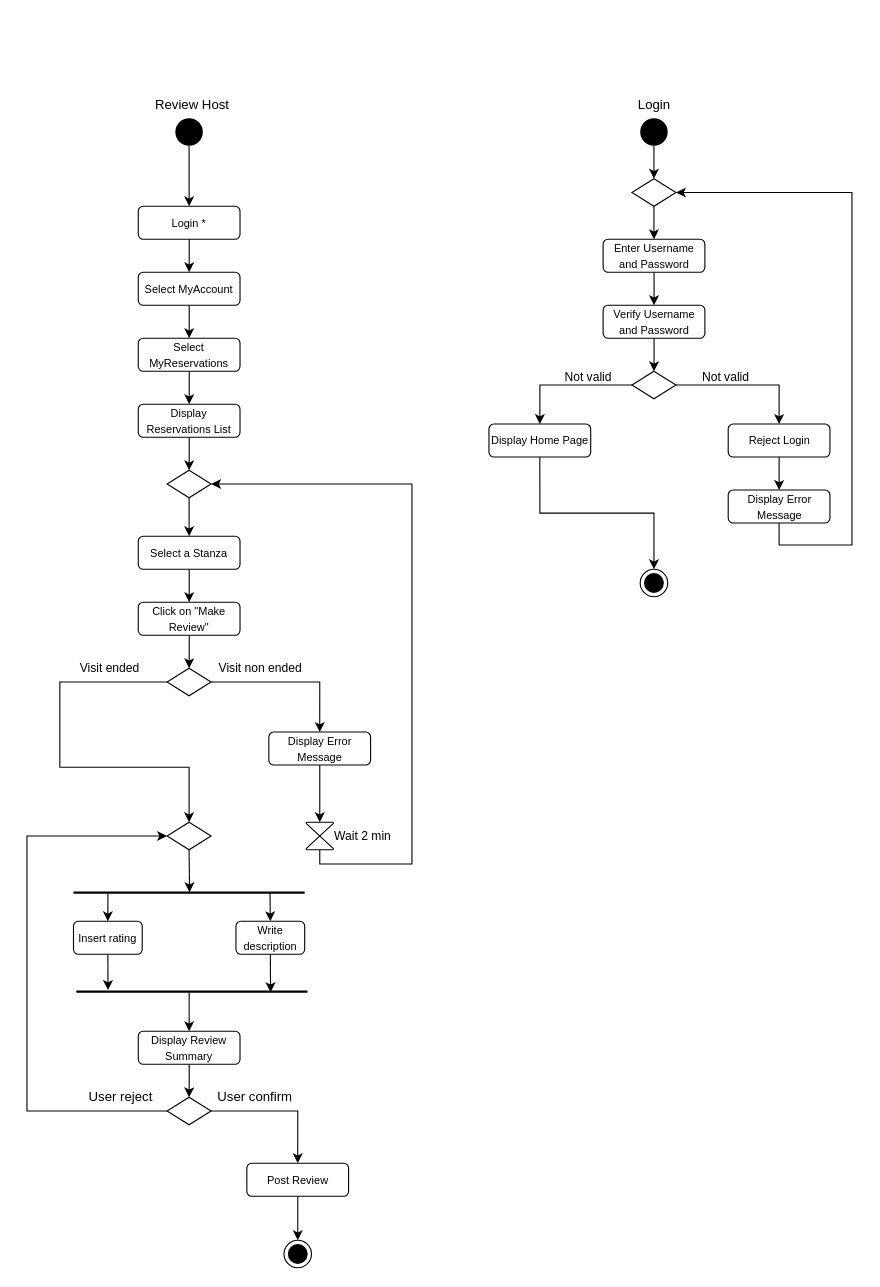
Before: Deliverables/Activity Diagram/Activity Diagram Agostinelli.drawio in nic-agos/DoveStudi, a draw.io diagram. Source tidied: cells renumbered, new cells numbered last; positions are measured from the earlier drawing's top-left corner, leaving out a move shared by most shapes. Both pictures are drawn from the tidied source at 110%, with x=0, y=0 at pixel (26, 94).
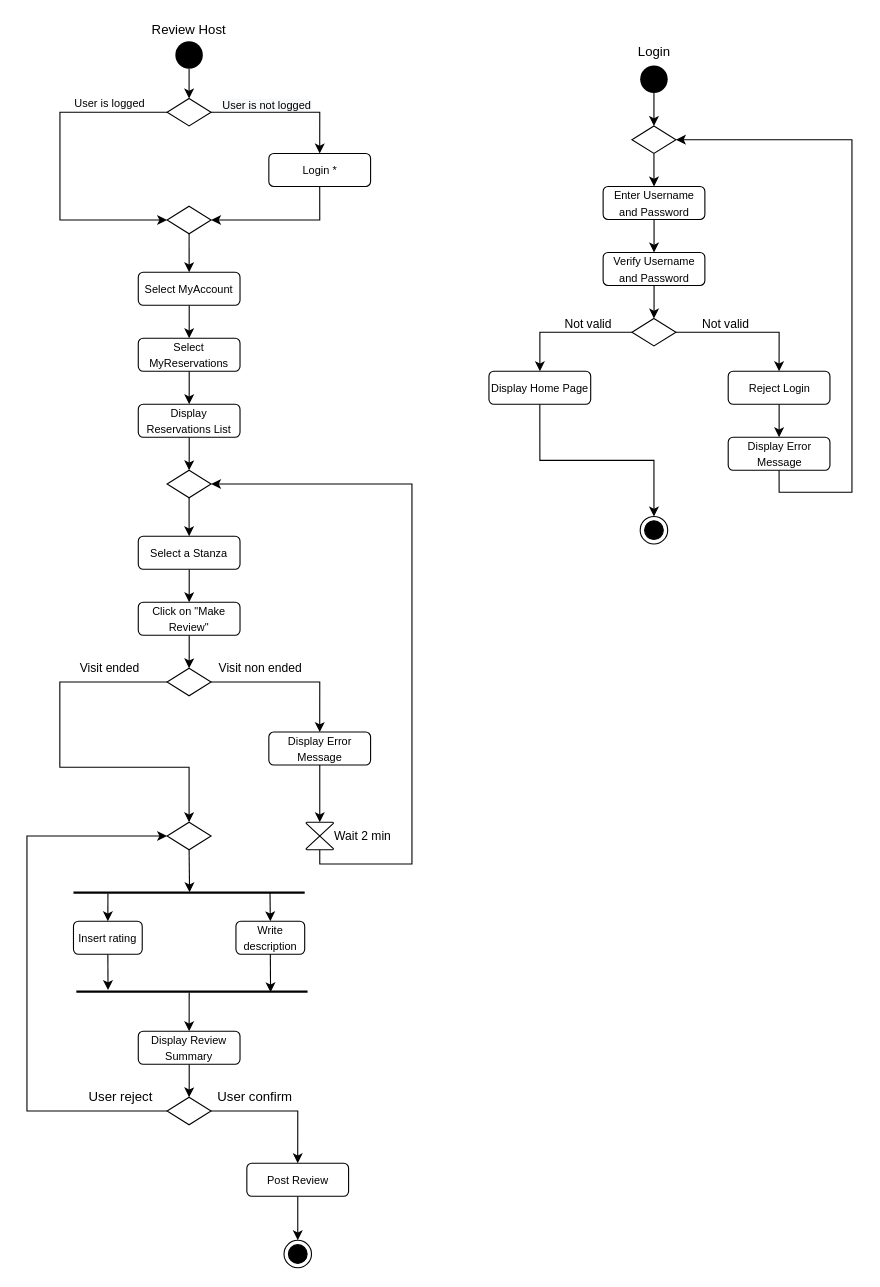
After the change.

Commit message:
Added logged/not logged merge

The change refers to these unchanged cells:
```xml
<mxCell id="10" value="&lt;span style=&quot;font-size: 10px&quot;&gt;Select MyAccount&lt;/span&gt;" style="rounded=1;whiteSpace=wrap;html=1;strokeWidth=1;" parent="1" vertex="1">
  <mxGeometry x="101.2" y="162" width="92.5" height="30" as="geometry" />
</mxCell>
```

What changed in the source:
```diff
@@
-    <mxCell id="2" style="edgeStyle=orthogonalEdgeStyle;rounded=0;jettySize=auto;html=1;entryX=0.5;entryY=0;entryDx=0;entryDy=0;" parent="1" edge="1" source="3" target="10">
-      <mxGeometry relative="1" as="geometry" />
-    </mxCell>
-    <mxCell id="3" value="&lt;font style=&quot;font-size: 10px&quot;&gt;Login *&lt;/font&gt;" style="rounded=1;whiteSpace=wrap;html=1;strokeWidth=1;" parent="1" vertex="1">
-      <mxGeometry x="101.2" y="102" width="92.5" height="30" as="geometry" />
-    </mxCell>
-    <mxCell id="4" style="edgeStyle=orthogonalEdgeStyle;rounded=0;jettySize=auto;html=1;exitX=0.5;exitY=1;exitDx=0;exitDy=0;entryX=0.5;entryY=0;entryDx=0;entryDy=0;" parent="1" edge="1" source="5" target="3">
-      <mxGeometry relative="1" as="geometry" />
-    </mxCell>
+    <mxCell id="71" style="edgeStyle=orthogonalEdgeStyle;rounded=0;jettySize=auto;html=1;exitX=0.5;exitY=1;exitDx=0;exitDy=0;entryX=0.5;entryY=0;entryDx=0;entryDy=0;entryPerimeter=0;" parent="1" edge="1" source="5" target="74">
+      <mxGeometry relative="1" as="geometry" />
+    </mxCell>
     <mxCell id="5" style="ellipse;fillColor=#000000;strokeColor=none;" parent="1" vertex="1">
-      <mxGeometry x="134.9" y="22" width="25" height="25" as="geometry" />
+      <mxGeometry x="134.9" y="-48" width="25" height="25" as="geometry" />
     </mxCell>
@@
     <mxCell id="50" style="ellipse;fillColor=#000000;strokeColor=none;" parent="1" vertex="1">
-      <mxGeometry x="557.5" y="22" width="25" height="25" as="geometry" />
+      <mxGeometry x="557.5" y="-26" width="25" height="25" as="geometry" />
     </mxCell>
@@
     <mxCell id="52" style="strokeWidth=1;html=1;shape=mxgraph.flowchart.decision;whiteSpace=wrap;fillColor=#ffffff;" parent="1" vertex="1">
-      <mxGeometry x="550" y="77" width="40" height="25" as="geometry" />
+      <mxGeometry x="550" y="29" width="40" height="25" as="geometry" />
     </mxCell>
@@
     <mxCell id="54" value="&lt;span style=&quot;font-size: 10px&quot;&gt;Enter Username and Password&lt;/span&gt;" style="rounded=1;whiteSpace=wrap;html=1;strokeWidth=1;" parent="1" vertex="1">
-      <mxGeometry x="523.8" y="132" width="92.5" height="30" as="geometry" />
+      <mxGeometry x="523.8" y="84" width="92.5" height="30" as="geometry" />
     </mxCell>
     <mxCell id="55" value="Review Host" style="text;html=1;align=center;verticalAlign=middle;" parent="1" vertex="1">
-      <mxGeometry x="110" width="80" height="20" as="geometry" />
+      <mxGeometry x="107.4" y="-68" width="80" height="20" as="geometry" />
     </mxCell>
     <mxCell id="56" value="Login" style="text;html=1;align=center;verticalAlign=middle;" parent="1" vertex="1">
-      <mxGeometry x="550" width="40" height="20" as="geometry" />
+      <mxGeometry x="550" y="-48" width="40" height="20" as="geometry" />
     </mxCell>
@@
     <mxCell id="58" value="&lt;span style=&quot;font-size: 10px&quot;&gt;Verify Username and Password&lt;/span&gt;" style="rounded=1;whiteSpace=wrap;html=1;strokeWidth=1;" parent="1" vertex="1">
-      <mxGeometry x="523.8" y="192" width="92.5" height="30" as="geometry" />
+      <mxGeometry x="523.8" y="144" width="92.5" height="30" as="geometry" />
     </mxCell>
@@
     <mxCell id="61" style="strokeWidth=1;html=1;shape=mxgraph.flowchart.decision;whiteSpace=wrap;fillColor=#ffffff;" parent="1" vertex="1">
-      <mxGeometry x="550" y="252" width="40" height="25" as="geometry" />
+      <mxGeometry x="550" y="204" width="40" height="25" as="geometry" />
     </mxCell>
@@
     <mxCell id="63" value="&lt;span style=&quot;font-size: 10px&quot;&gt;Reject Login&lt;/span&gt;" style="rounded=1;whiteSpace=wrap;html=1;strokeWidth=1;" parent="1" vertex="1">
-      <mxGeometry x="637.5" y="300" width="92.5" height="30" as="geometry" />
+      <mxGeometry x="637.5" y="252" width="92.5" height="30" as="geometry" />
     </mxCell>
@@
     <mxCell id="65" value="&lt;span style=&quot;font-size: 10px&quot;&gt;Display Home Page&lt;/span&gt;" style="rounded=1;whiteSpace=wrap;html=1;strokeWidth=1;" parent="1" vertex="1">
-      <mxGeometry x="420" y="300" width="92.5" height="30" as="geometry" />
+      <mxGeometry x="420" y="252" width="92.5" height="30" as="geometry" />
     </mxCell>
     <mxCell id="66" style="edgeStyle=orthogonalEdgeStyle;rounded=0;jettySize=auto;html=1;exitX=0.5;exitY=1;exitDx=0;exitDy=0;entryX=1;entryY=0.5;entryDx=0;entryDy=0;entryPerimeter=0;" parent="1" edge="1" source="67" target="52">
       <mxGeometry relative="1" as="geometry">
         <Array as="points">
-          <mxPoint x="684" y="410" />
-          <mxPoint x="750" y="410" />
-          <mxPoint x="750" y="90" />
+          <mxPoint x="684" y="362" />
+          <mxPoint x="750" y="362" />
+          <mxPoint x="750" y="42" />
         </Array>
       </mxGeometry>
     </mxCell>
     <mxCell id="67" value="&lt;span style=&quot;font-size: 10px&quot;&gt;Display Error Message&lt;/span&gt;" style="rounded=1;whiteSpace=wrap;html=1;strokeWidth=1;" parent="1" vertex="1">
-      <mxGeometry x="637.5" y="360" width="92.5" height="30" as="geometry" />
+      <mxGeometry x="637.5" y="312" width="92.5" height="30" as="geometry" />
     </mxCell>
     <mxCell id="68" style="ellipse;html=1;shape=endState;fillColor=#000000;strokeColor=#000000;" parent="1" vertex="1">
-      <mxGeometry x="557.5" y="432" width="25" height="25" as="geometry" />
+      <mxGeometry x="557.5" y="384" width="25" height="25" as="geometry" />
     </mxCell>
     <mxCell id="69" value="&lt;font style=&quot;font-size: 11px&quot;&gt;Not valid&lt;/font&gt;" style="text;html=1;align=center;verticalAlign=middle;" parent="1" vertex="1">
-      <mxGeometry x="605" y="247" width="60" height="20" as="geometry" />
+      <mxGeometry x="605" y="199" width="60" height="20" as="geometry" />
     </mxCell>
     <mxCell id="70" value="&lt;font style=&quot;font-size: 11px&quot;&gt;Not valid&lt;/font&gt;" style="text;html=1;align=center;verticalAlign=middle;" parent="1" vertex="1">
-      <mxGeometry x="480" y="247" width="60" height="20" as="geometry" />
+      <mxGeometry x="480" y="199" width="60" height="20" as="geometry" />
     </mxCell>
+    <mxCell id="72" style="edgeStyle=orthogonalEdgeStyle;rounded=0;jettySize=auto;html=1;exitX=1;exitY=0.5;exitDx=0;exitDy=0;exitPerimeter=0;entryX=0.5;entryY=0;entryDx=0;entryDy=0;" parent="1" edge="1" source="74" target="3">
+      <mxGeometry relative="1" as="geometry" />
+    </mxCell>
+    <mxCell id="73" style="edgeStyle=orthogonalEdgeStyle;rounded=0;jettySize=auto;html=1;entryX=0;entryY=0.5;entryDx=0;entryDy=0;entryPerimeter=0;" parent="1" edge="1" source="74" target="76">
+      <mxGeometry relative="1" as="geometry">
+        <Array as="points">
+          <mxPoint x="30" y="17" />
+          <mxPoint x="30" y="115" />
+        </Array>
+      </mxGeometry>
+    </mxCell>
+    <mxCell id="74" style="strokeWidth=1;html=1;shape=mxgraph.flowchart.decision;whiteSpace=wrap;fillColor=#ffffff;" parent="1" vertex="1">
+      <mxGeometry x="127.4" y="4" width="40" height="25" as="geometry" />
+    </mxCell>
+    <mxCell id="75" style="edgeStyle=orthogonalEdgeStyle;rounded=0;jettySize=auto;html=1;exitX=0.5;exitY=1;exitDx=0;exitDy=0;exitPerimeter=0;entryX=0.5;entryY=0;entryDx=0;entryDy=0;" parent="1" edge="1" source="76" target="10">
+      <mxGeometry relative="1" as="geometry" />
+    </mxCell>
+    <mxCell id="76" style="strokeWidth=1;html=1;shape=mxgraph.flowchart.decision;whiteSpace=wrap;fillColor=#ffffff;" parent="1" vertex="1">
+      <mxGeometry x="127.4" y="102" width="40" height="25" as="geometry" />
+    </mxCell>
+    <mxCell id="77" style="edgeStyle=orthogonalEdgeStyle;rounded=0;jettySize=auto;html=1;exitX=0.5;exitY=1;exitDx=0;exitDy=0;entryX=1;entryY=0.5;entryDx=0;entryDy=0;entryPerimeter=0;" parent="1" edge="1" source="3" target="76">
+      <mxGeometry relative="1" as="geometry" />
+    </mxCell>
+    <mxCell id="3" value="&lt;font style=&quot;font-size: 10px&quot;&gt;Login *&lt;/font&gt;" style="rounded=1;whiteSpace=wrap;html=1;strokeWidth=1;" parent="1" vertex="1">
+      <mxGeometry x="219.9" y="54" width="92.5" height="30" as="geometry" />
+    </mxCell>
+    <mxCell id="78" value="&lt;font style=&quot;font-size: 10px&quot;&gt;User is logged&lt;/font&gt;" style="text;html=1;align=center;verticalAlign=middle;" parent="1" vertex="1">
+      <mxGeometry x="34.9" y="-2" width="80" height="20" as="geometry" />
+    </mxCell>
+    <mxCell id="79" value="&lt;span style=&quot;color: rgb(0 , 0 , 0) ; font-family: &amp;#34;helvetica&amp;#34; ; font-size: 10px ; font-style: normal ; font-weight: 400 ; letter-spacing: normal ; text-align: center ; text-indent: 0px ; text-transform: none ; word-spacing: 0px ; background-color: rgb(248 , 249 , 250) ; display: inline ; float: none&quot;&gt;User is not logged&lt;/span&gt;" style="text;whiteSpace=wrap;html=1;" parent="1" vertex="1">
+      <mxGeometry x="176.2" y="-4" width="90" height="30" as="geometry" />
+    </mxCell>
```
